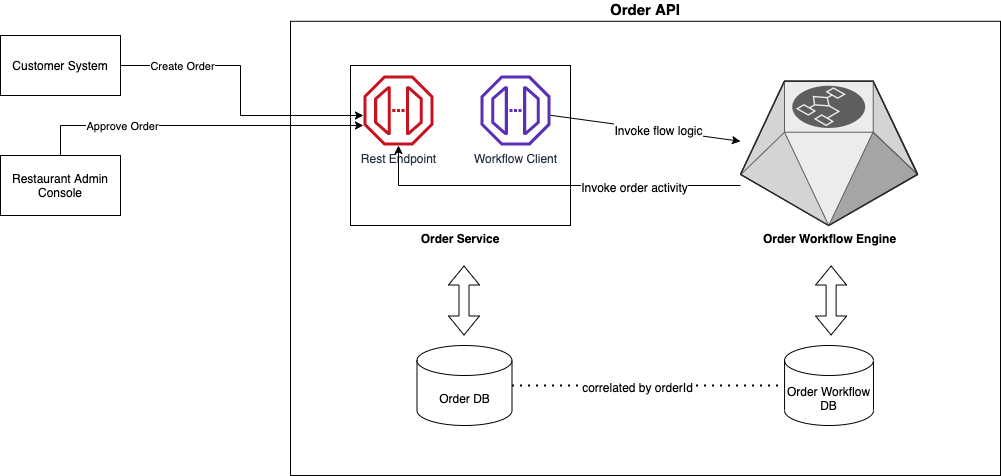
The draw.io diagram doc/architecture.drawio.png in chenjianjx/pizza-order-workflow-demo, before a commit. Source tidied: cells renumbered, new cells last; positions are measured from the earlier drawing's top-left corner, leaving out a move shared by most shapes.
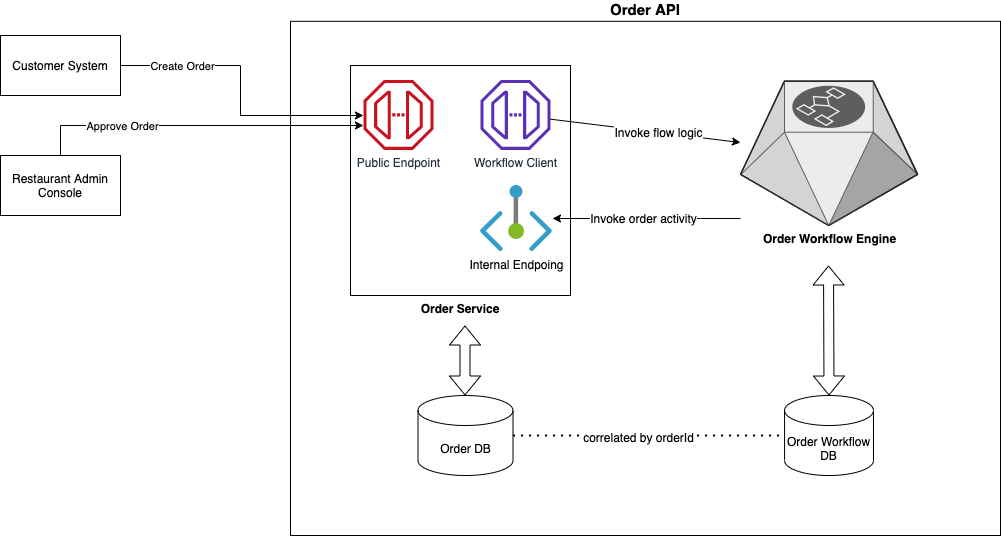
After the change.

The edit, as a diff of the source:
```diff
@@ -3,40 +3,42 @@
     <mxCell id="0" />
     <mxCell id="1" parent="0" />
     <mxCell id="2" value="Order API" style="rounded=0;whiteSpace=wrap;html=1;labelPosition=center;verticalLabelPosition=top;align=center;verticalAlign=bottom;fontStyle=1;fontSize=15;" parent="1" vertex="1">
-      <mxGeometry x="290" y="-0.2" width="710" height="454.2" as="geometry" />
+      <mxGeometry x="290" y="-0.2" width="710" height="514.2" as="geometry" />
     </mxCell>
     <mxCell id="3" style="group;" parent="1" vertex="1">
-      <mxGeometry x="350" y="44" width="230" height="160" as="geometry" />
+      <mxGeometry x="350" y="44" width="230" height="230" as="geometry" />
     </mxCell>
     <mxCell id="4" value="&lt;b&gt;Order Service&lt;/b&gt;" style="rounded=0;whiteSpace=wrap;html=1;labelPosition=center;verticalLabelPosition=bottom;align=center;verticalAlign=top;" parent="3" vertex="1">
-      <mxGeometry width="220" height="160" as="geometry" />
+      <mxGeometry width="220" height="230" as="geometry" />
     </mxCell>
-    <mxCell id="5" value="Rest Endpoint" style="outlineConnect=0;fontColor=#232F3E;gradientColor=none;fillColor=#C7131F;strokeColor=none;dashed=0;verticalLabelPosition=bottom;verticalAlign=top;align=center;html=1;fontSize=12;fontStyle=0;shape=mxgraph.aws4.endpoint;" parent="3" vertex="1">
-      <mxGeometry x="12.9" y="10" width="70" height="70" as="geometry" />
+    <mxCell id="5" value="Public Endpoint" style="outlineConnect=0;fontColor=#232F3E;gradientColor=none;fillColor=#C7131F;strokeColor=none;dashed=0;verticalLabelPosition=bottom;verticalAlign=top;align=center;html=1;fontSize=12;fontStyle=0;shape=mxgraph.aws4.endpoint;" parent="3" vertex="1">
+      <mxGeometry x="12.9" y="14.4" width="70" height="70" as="geometry" />
     </mxCell>
     <mxCell id="6" value="Workflow Client" style="outlineConnect=0;fontColor=#232F3E;gradientColor=none;fillColor=#5A30B5;strokeColor=none;dashed=0;verticalLabelPosition=bottom;verticalAlign=top;align=center;html=1;fontSize=12;fontStyle=0;shape=mxgraph.aws4.endpoint;" parent="3" vertex="1">
-      <mxGeometry x="130" y="10" width="70" height="70" as="geometry" />
+      <mxGeometry x="130" y="14.4" width="70" height="70" as="geometry" />
     </mxCell>
-    <mxCell id="7" style="edgeStyle=orthogonalEdgeStyle;rounded=0;jettySize=auto;html=1;fontSize=15;" parent="1" edge="1" source="9" target="5">
-      <mxGeometry relative="1" as="geometry">
-        <Array as="points">
-          <mxPoint x="398" y="164" />
-        </Array>
-      </mxGeometry>
-    </mxCell>
+    <mxCell id="24" value="Internal Endpoing" style="html=1;points=[];align=center;image;fontSize=12;image=img/lib/azure2/networking/Private_Endpoint.svg;" parent="3" vertex="1">
+      <mxGeometry x="130" y="120" width="72" height="66" as="geometry" />
+    </mxCell>
+    <mxCell id="25" style="edgeStyle=orthogonalEdgeStyle;rounded=0;jettySize=auto;html=1;" parent="1" edge="1" source="9" target="24">
+      <mxGeometry relative="1" as="geometry">
+        <Array as="points">
+          <mxPoint x="700" y="197" />
+          <mxPoint x="700" y="197" />
+        </Array>
+      </mxGeometry>
+    </mxCell>
-    <mxCell id="8" value="&lt;font style=&quot;font-size: 12px&quot;&gt;Invoke order activity&lt;/font&gt;" style="edgeLabel;html=1;align=center;verticalAlign=middle;fontSize=15;" parent="7" vertex="1">
-      <mxGeometry x="-0.44" y="-1" relative="1" as="geometry">
-        <mxPoint y="1" as="offset" />
-      </mxGeometry>
+    <mxCell id="8" value="&lt;span style=&quot;font-size: 12px&quot;&gt;Invoke order activity&lt;/span&gt;" style="edgeLabel;html=1;align=center;verticalAlign=middle;" parent="25" vertex="1">
+      <mxGeometry x="0.04" y="-1" relative="1" as="geometry" />
     </mxCell>
     <mxCell id="9" value="&lt;b&gt;Order Workflow Engine&lt;/b&gt;" style="verticalLabelPosition=bottom;html=1;verticalAlign=top;strokeWidth=1;align=center;outlineConnect=0;dashed=0;outlineConnect=0;shape=mxgraph.aws3d.workflowService;fillColor=#ECECEC;strokeColor=#5E5E5E;" parent="1" vertex="1">
       <mxGeometry x="740" y="59.8" width="177" height="144.2" as="geometry" />
     </mxCell>
     <mxCell id="10" value="Order DB" style="shape=cylinder3;whiteSpace=wrap;html=1;boundedLbl=1;backgroundOutline=1;size=15;" parent="1" vertex="1">
-      <mxGeometry x="416.5" y="324" width="95" height="80" as="geometry" />
+      <mxGeometry x="417.5" y="374" width="95" height="80" as="geometry" />
     </mxCell>
     <mxCell id="11" value="Order Workflow DB" style="shape=cylinder3;whiteSpace=wrap;html=1;boundedLbl=1;backgroundOutline=1;size=15;" parent="1" vertex="1">
-      <mxGeometry x="784.1" y="324" width="88.9" height="80" as="geometry" />
+      <mxGeometry x="784.1" y="374" width="88.9" height="80" as="geometry" />
     </mxCell>
     <mxCell id="12" style="endArrow=classic;html=1;" parent="1" edge="1" source="6" target="9">
       <mxGeometry relative="1" as="geometry" />
@@ -46,16 +48,10 @@
     </mxCell>
     <mxCell id="14" style="shape=flexArrow;endArrow=classic;startArrow=classic;html=1;" parent="1" edge="1">
       <mxGeometry relative="1" as="geometry">
-        <mxPoint x="463.5" y="314" as="sourcePoint" />
-        <mxPoint x="463.5" y="244" as="targetPoint" />
+        <mxPoint x="464.5" y="374" as="sourcePoint" />
+        <mxPoint x="464.5" y="304" as="targetPoint" />
       </mxGeometry>
     </mxCell>
-    <mxCell id="15" style="shape=flexArrow;endArrow=classic;startArrow=classic;html=1;" parent="1" edge="1">
-      <mxGeometry relative="1" as="geometry">
-        <mxPoint x="830.6" y="314" as="sourcePoint" />
-        <mxPoint x="830.6" y="244" as="targetPoint" />
-      </mxGeometry>
-    </mxCell>
     <mxCell id="16" style="edgeStyle=orthogonalEdgeStyle;rounded=0;jettySize=auto;html=1;exitX=1;exitY=0.5;exitDx=0;exitDy=0;" parent="1" edge="1" source="18" target="5">
       <mxGeometry relative="1" as="geometry">
         <Array as="points">
@@ -93,5 +89,10 @@
         <mxPoint x="1" as="offset" />
       </mxGeometry>
     </mxCell>
+    <mxCell id="26" style="shape=flexArrow;endArrow=classic;startArrow=classic;html=1;exitX=0.5;exitY=0;exitDx=0;exitDy=0;exitPerimeter=0;" parent="1" edge="1" source="11">
+      <mxGeometry relative="1" as="geometry">
+        <mxPoint x="828" y="244" as="targetPoint" />
+      </mxGeometry>
+    </mxCell>
   </root>
 </mxGraphModel>
```
